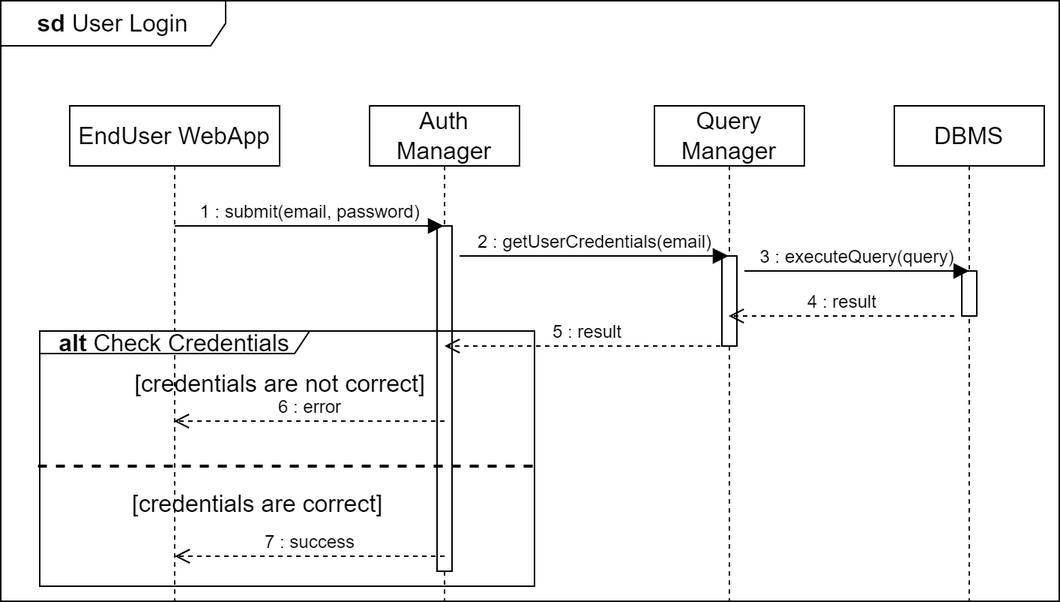
Earlier version of the draw.io export DD/images/runtimeviews/RuntimeView_UserLogin.png (pontig/sw-eng-2-PasiniPontiggiaStasi). Source tidied: cells renumbered, new cells last; positions are measured from the earlier drawing's top-left corner, leaving out a move shared by most shapes.
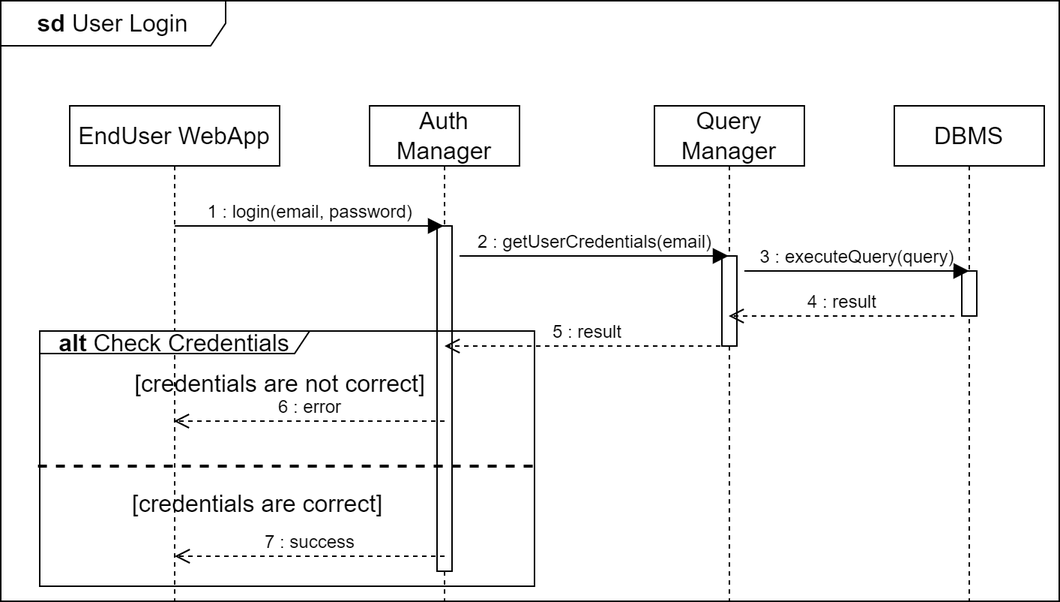
After the change.

Change to the diagram source:
```diff
@@ -26,7 +26,7 @@
     <mxCell id="9" style="html=1;perimeter=orthogonalPerimeter;targetShapes=umlLifeline;newEdgeStyle={&quot;curved&quot;:0,&quot;rounded&quot;:0};fontSize=16;" parent="8" vertex="1">
       <mxGeometry x="45" y="110" width="10" height="30" as="geometry" />
     </mxCell>
-    <mxCell id="10" value="1 : submit(email, password)" style="html=1;verticalAlign=bottom;endArrow=block;curved=0;rounded=0;fontSize=12;startSize=8;endSize=8;" parent="1" edge="1" target="4">
+    <mxCell id="10" value="1 : login(email, password)" style="html=1;verticalAlign=bottom;endArrow=block;curved=0;rounded=0;fontSize=12;startSize=8;endSize=8;" parent="1" edge="1" target="4">
       <mxGeometry relative="1" as="geometry">
         <mxPoint x="116" y="150" as="sourcePoint" />
       </mxGeometry>
```
